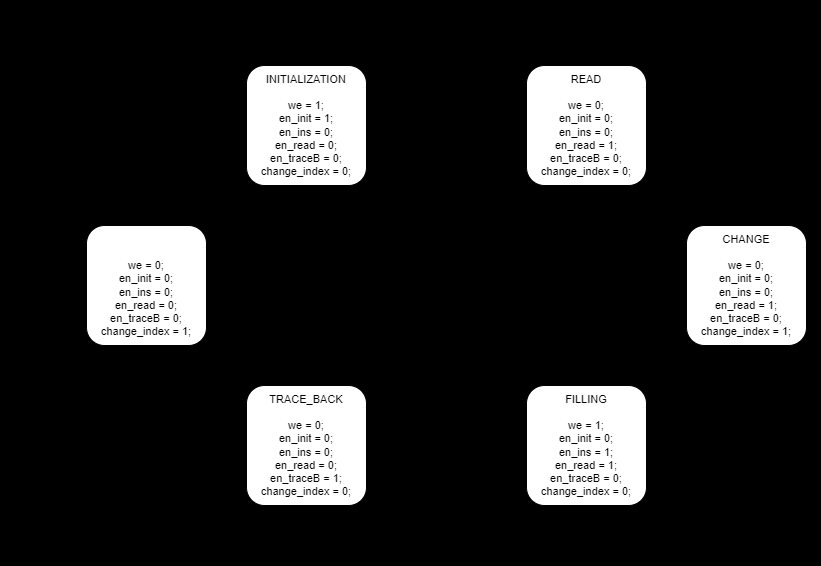
Above: Algorithm schematics/FSM_Schematic.drawio.png in Dani-Picciau/NW_algorithm (draw.io), before the change. Source tidied: cells renumbered, new cells last; positions are measured from the earlier drawing's top-left corner, leaving out a move shared by most shapes.
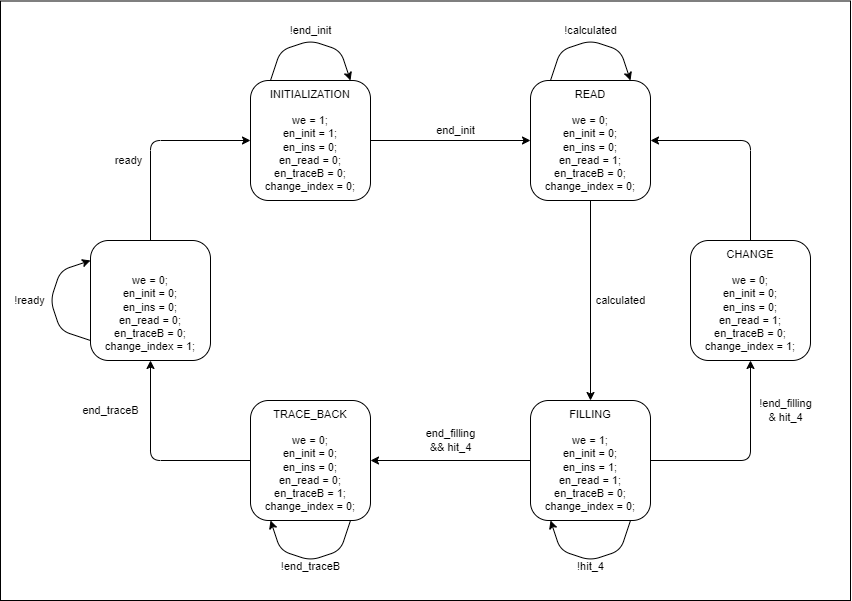
The same file after the commit.

What changed in the source:
```diff
@@ -1,7 +1,10 @@
-<mxGraphModel background="light-dark(#FFFFFF,#FFFFFF)">
+<mxGraphModel>
   <root>
     <mxCell id="0" />
     <mxCell id="1" parent="0" />
+    <mxCell id="31" style="rounded=0;whiteSpace=wrap;html=1;fillColor=light-dark(#FFFFFF,#5D5D5D);" parent="1" vertex="1">
+      <mxGeometry x="-4" y="-14.5" width="850" height="599.5" as="geometry" />
+    </mxCell>
     <mxCell id="2" value="&lt;font style=&quot;color: light-dark(rgb(0, 0, 0), rgb(255, 255, 255));&quot;&gt;INITIALIZATION&lt;br style=&quot;font-size: 11px;&quot;&gt;&lt;br style=&quot;font-size: 11px;&quot;&gt;we = 1;&lt;br&gt;&lt;/font&gt;&lt;div&gt;&lt;font style=&quot;color: light-dark(rgb(0, 0, 0), rgb(255, 255, 255));&quot;&gt;en_init = 1;&lt;/font&gt;&lt;/div&gt;&lt;div&gt;&lt;font style=&quot;color: light-dark(rgb(0, 0, 0), rgb(255, 255, 255));&quot;&gt;en_ins = 0;&lt;/font&gt;&lt;/div&gt;&lt;div&gt;&lt;font style=&quot;color: light-dark(rgb(0, 0, 0), rgb(255, 255, 255));&quot;&gt;en_read = 0;&lt;br style=&quot;font-size: 11px;&quot;&gt;en_traceB = 0;&lt;/font&gt;&lt;/div&gt;&lt;div&gt;&lt;font style=&quot;color: light-dark(rgb(0, 0, 0), rgb(255, 255, 255));&quot;&gt;change_index = 0;&lt;/font&gt;&lt;/div&gt;" style="rounded=1;whiteSpace=wrap;html=1;fontSize=11;" parent="1" vertex="1">
       <mxGeometry x="246" y="65" width="120" height="120" as="geometry" />
     </mxCell>
```
